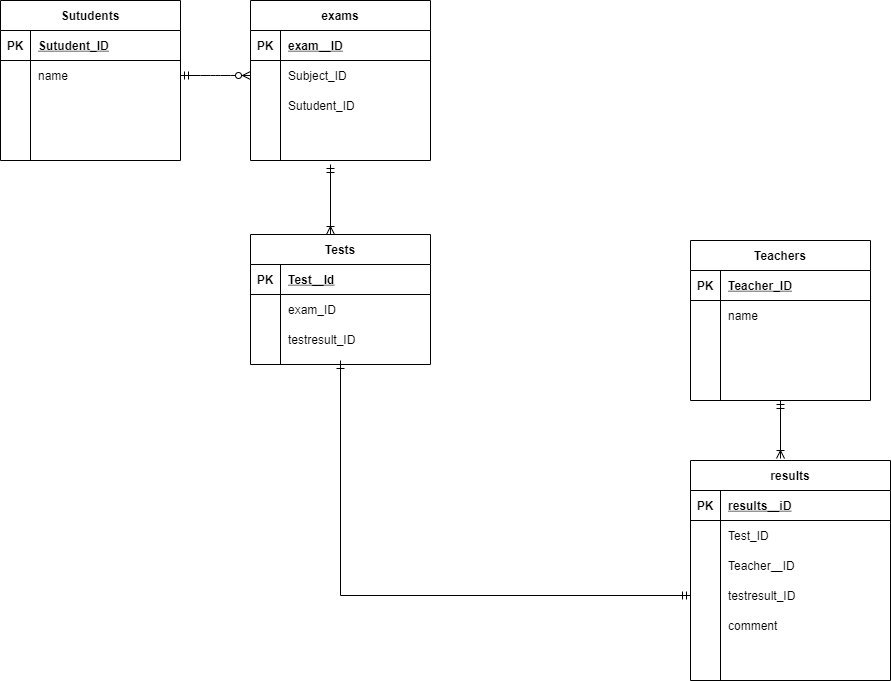
Before: DIAGRAMS.NET/index.drawio.png, a diagram exported from draw.io (sozw0x0/Detabase). Source tidied: cells renumbered, new cells last; positions are measured from the earlier drawing's top-left corner, leaving out a move shared by most shapes.
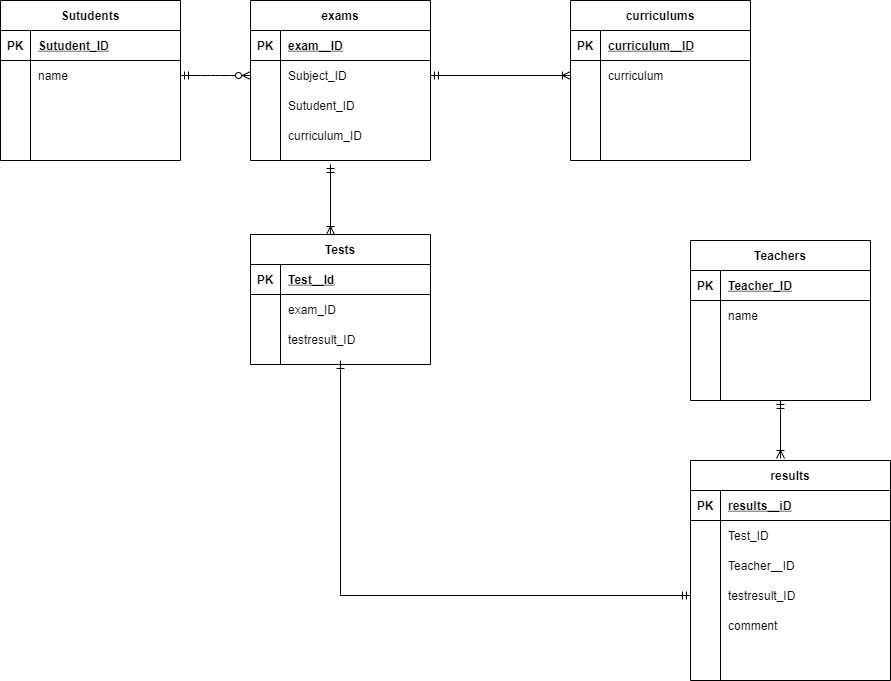
The same file after the commit.

Change to the diagram source:
```diff
@@ -77,7 +77,7 @@
     <mxCell id="26" style="shape=partialRectangle;fillColor=none;top=0;left=0;bottom=0;right=0;overflow=hidden;" parent="25" vertex="1">
       <mxGeometry width="30" height="30" as="geometry" />
     </mxCell>
-    <mxCell id="27" style="shape=partialRectangle;fillColor=none;top=0;left=0;bottom=0;right=0;align=left;spacingLeft=6;overflow=hidden;" parent="25" vertex="1">
+    <mxCell id="27" value="curriculum_ID" style="shape=partialRectangle;fillColor=none;top=0;left=0;bottom=0;right=0;align=left;spacingLeft=6;overflow=hidden;" parent="25" vertex="1">
       <mxGeometry x="30" width="150" height="30" as="geometry" />
     </mxCell>
     <mxCell id="28" value="Tests" style="shape=table;startSize=30;rowLines=0;fontStyle=1;align=center;" parent="1" vertex="1">
@@ -208,5 +208,47 @@
         <mxPoint x="330" y="164" as="targetPoint" />
       </mxGeometry>
     </mxCell>
+    <mxCell id="69" value="curriculums" style="shape=table;startSize=30;rowLines=0;fontStyle=1;align=center;" parent="1" vertex="1">
+      <mxGeometry x="570" width="180" height="160" as="geometry" />
+    </mxCell>
+    <mxCell id="70" style="shape=partialRectangle;fillColor=none;top=0;left=0;bottom=1;right=0;" parent="69" vertex="1">
+      <mxGeometry y="30" width="180" height="30" as="geometry" />
+    </mxCell>
+    <mxCell id="71" value="PK" style="shape=partialRectangle;fillColor=none;top=0;left=0;bottom=0;right=0;fontStyle=1;overflow=hidden;" parent="70" vertex="1">
+      <mxGeometry width="30" height="30" as="geometry" />
+    </mxCell>
+    <mxCell id="72" value="curriculum＿ID" style="shape=partialRectangle;fillColor=none;top=0;left=0;bottom=0;right=0;align=left;spacingLeft=6;fontStyle=5;overflow=hidden;" parent="70" vertex="1">
+      <mxGeometry x="30" width="150" height="30" as="geometry" />
+    </mxCell>
+    <mxCell id="73" style="shape=partialRectangle;fillColor=none;top=0;left=0;bottom=0;right=0;points=[[0,0.5],[1,0.5]];portConstraint=eastwest;" parent="69" vertex="1">
+      <mxGeometry y="60" width="180" height="30" as="geometry" />
+    </mxCell>
+    <mxCell id="74" style="shape=partialRectangle;fillColor=none;top=0;left=0;bottom=0;right=0;overflow=hidden;" parent="73" vertex="1">
+      <mxGeometry width="30" height="30" as="geometry" />
+    </mxCell>
+    <mxCell id="75" value="curriculum" style="shape=partialRectangle;fillColor=none;top=0;left=0;bottom=0;right=0;align=left;spacingLeft=6;overflow=hidden;" parent="73" vertex="1">
+      <mxGeometry x="30" width="150" height="30" as="geometry" />
+    </mxCell>
+    <mxCell id="76" style="shape=partialRectangle;fillColor=none;top=0;left=0;bottom=0;right=0;" parent="69" vertex="1">
+      <mxGeometry y="90" width="180" height="30" as="geometry" />
+    </mxCell>
+    <mxCell id="77" style="shape=partialRectangle;fillColor=none;top=0;left=0;bottom=0;right=0;overflow=hidden;" parent="76" vertex="1">
+      <mxGeometry width="30" height="30" as="geometry" />
+    </mxCell>
+    <mxCell id="78" style="shape=partialRectangle;fillColor=none;top=0;left=0;bottom=0;right=0;align=left;spacingLeft=6;overflow=hidden;" parent="76" vertex="1">
+      <mxGeometry x="30" width="150" height="30" as="geometry" />
+    </mxCell>
+    <mxCell id="79" style="shape=partialRectangle;fillColor=none;top=0;left=0;bottom=0;right=0;" parent="69" vertex="1">
+      <mxGeometry y="120" width="180" height="30" as="geometry" />
+    </mxCell>
+    <mxCell id="80" style="shape=partialRectangle;fillColor=none;top=0;left=0;bottom=0;right=0;overflow=hidden;" parent="79" vertex="1">
+      <mxGeometry width="30" height="30" as="geometry" />
+    </mxCell>
+    <mxCell id="81" style="shape=partialRectangle;fillColor=none;top=0;left=0;bottom=0;right=0;align=left;spacingLeft=6;overflow=hidden;" parent="79" vertex="1">
+      <mxGeometry x="30" width="150" height="30" as="geometry" />
+    </mxCell>
+    <mxCell id="82" style="edgeStyle=orthogonalEdgeStyle;rounded=0;jettySize=auto;html=1;exitX=1;exitY=0.5;exitDx=0;exitDy=0;entryX=0;entryY=0.5;entryDx=0;entryDy=0;startArrow=ERmandOne;startFill=0;endArrow=ERoneToMany;endFill=0;" parent="1" edge="1" source="19" target="73">
+      <mxGeometry relative="1" as="geometry" />
+    </mxCell>
   </root>
 </mxGraphModel>
```
